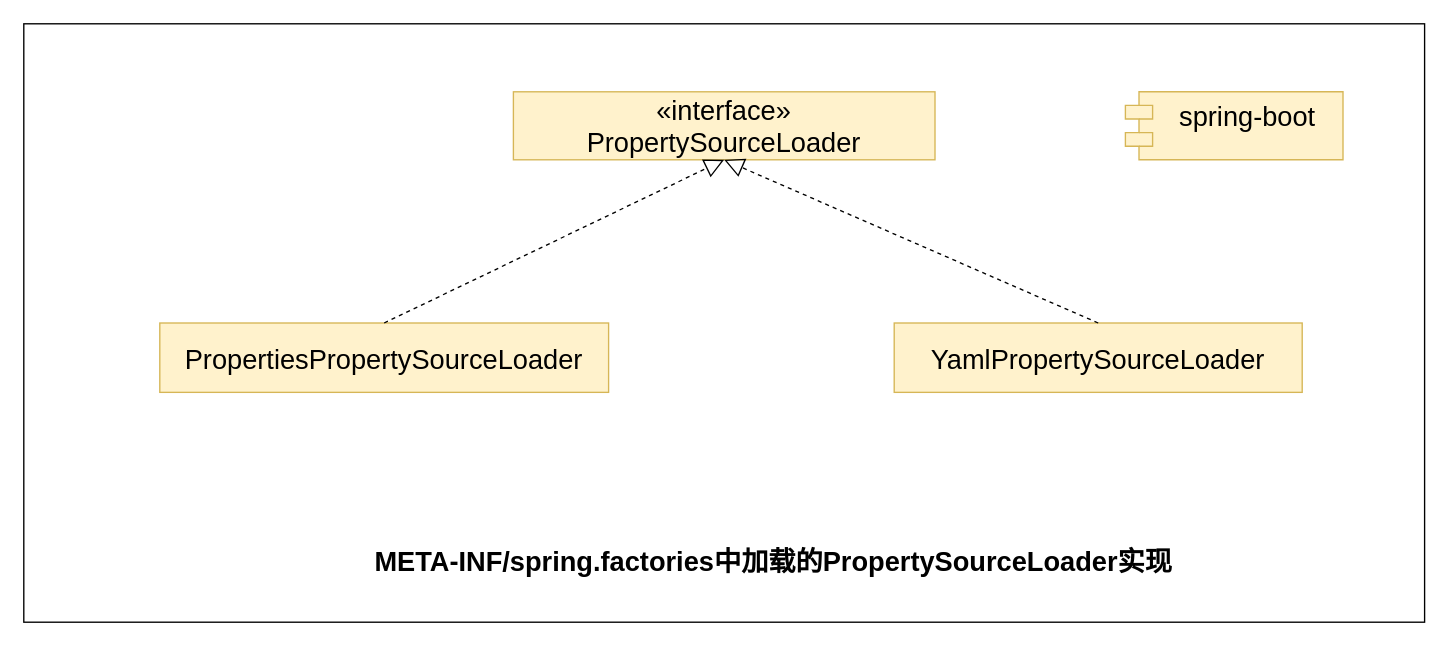
Before: dubbo-learning-doc/drawio/源码分析/1_SpringApplication_run方法/资源加载/8_META-INF_spring_factories_PropertySourceLoader_旧版配置加载机制.drawio in czwer/dubbo-learning, a draw.io diagram. Source tidied: cells renumbered, new cells numbered last; positions are measured from the earlier drawing's top-left corner, leaving out a move shared by most shapes. Both pictures are drawn from the tidied source at 136%, with x=0, y=0 at pixel (23, 23).
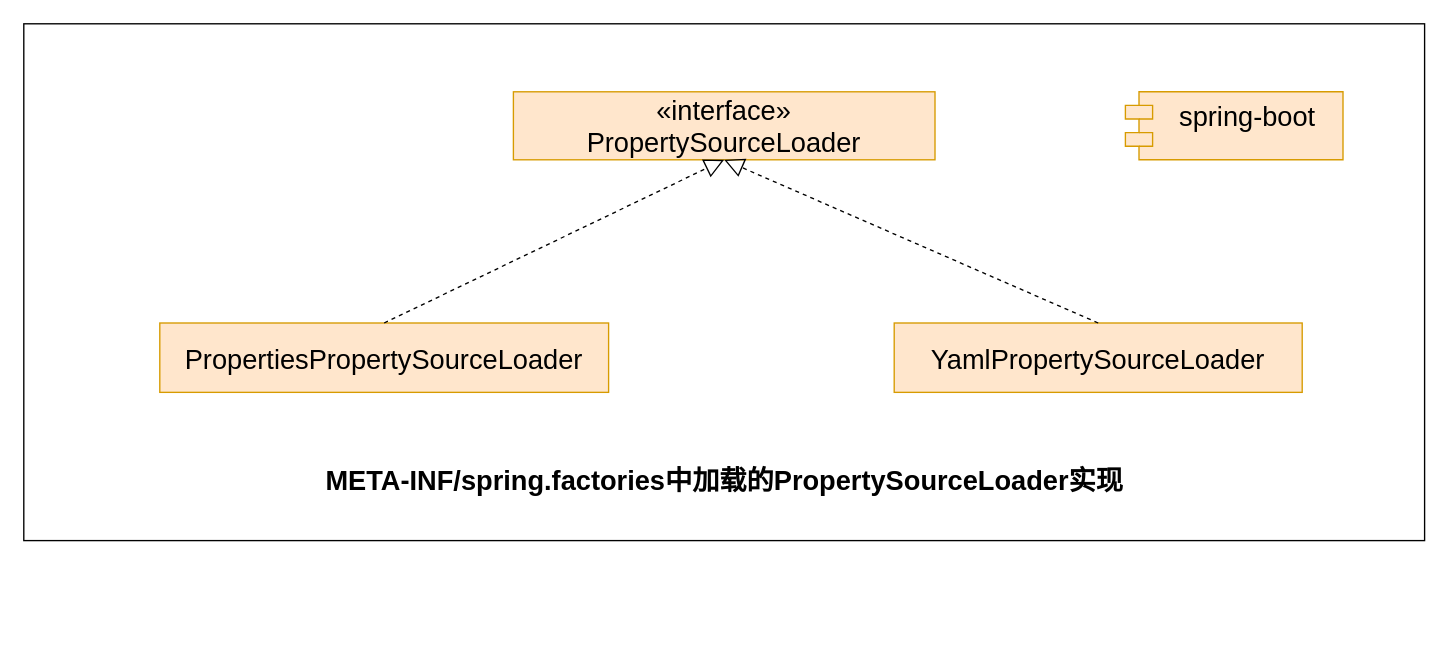
Above is the later version.

Change to the diagram source:
```diff
@@
 <mxGraphModel>
   <root>
     <mxCell id="0" />
     <mxCell id="1" parent="0" />
     <mxCell id="2" style="rounded=0;whiteSpace=wrap;html=1;" parent="1" vertex="1">
-      <mxGeometry width="1030" height="440" as="geometry" />
+      <mxGeometry width="1030" height="380" as="geometry" />
     </mxCell>
-    <mxCell id="3" value="&lt;div&gt;PropertiesPropertySourceLoader&lt;/div&gt;" style="html=1;whiteSpace=wrap;fontSize=20;verticalAlign=middle;align=center;fillColor=#fff2cc;strokeColor=#d6b656;" parent="1" vertex="1">
+    <mxCell id="3" value="&lt;div&gt;PropertiesPropertySourceLoader&lt;/div&gt;" style="html=1;whiteSpace=wrap;fontSize=20;verticalAlign=middle;align=center;fillColor=#ffe6cc;strokeColor=#d79b00;" parent="1" vertex="1">
       <mxGeometry x="100" y="220" width="330" height="51" as="geometry" />
     </mxCell>
-    <mxCell id="4" value="«interface»&lt;br&gt;PropertySourceLoader" style="html=1;whiteSpace=wrap;fontSize=20;fontStyle=0;fillColor=#fff2cc;strokeColor=#d6b656;" parent="1" vertex="1">
+    <mxCell id="4" value="«interface»&lt;br&gt;PropertySourceLoader" style="html=1;whiteSpace=wrap;fontSize=20;fontStyle=0;fillColor=#ffe6cc;strokeColor=#d79b00;" parent="1" vertex="1">
       <mxGeometry x="360" y="50" width="310" height="50" as="geometry" />
     </mxCell>
-    <mxCell id="5" value="spring-boot&lt;div&gt;&lt;div&gt;&lt;br&gt;&lt;/div&gt;&lt;/div&gt;" style="shape=module;align=left;spacingLeft=20;align=center;verticalAlign=top;whiteSpace=wrap;html=1;fontSize=20;fillColor=#fff2cc;strokeColor=#d6b656;" parent="1" vertex="1">
+    <mxCell id="5" value="spring-boot&lt;div&gt;&lt;div&gt;&lt;br&gt;&lt;/div&gt;&lt;/div&gt;" style="shape=module;align=left;spacingLeft=20;align=center;verticalAlign=top;whiteSpace=wrap;html=1;fontSize=20;fillColor=#ffe6cc;strokeColor=#d79b00;" parent="1" vertex="1">
       <mxGeometry x="810" y="50" width="160" height="50" as="geometry" />
     </mxCell>
     <mxCell id="6" style="endArrow=block;dashed=1;endFill=0;endSize=12;html=1;rounded=0;exitX=0.5;exitY=0;exitDx=0;exitDy=0;entryX=0.5;entryY=1;entryDx=0;entryDy=0;" parent="1" edge="1" source="3" target="4">
       <mxGeometry relative="1" as="geometry" />
     </mxCell>
-    <mxCell id="7" value="&lt;div&gt;YamlPropertySourceLoader&lt;/div&gt;" style="html=1;whiteSpace=wrap;fontSize=20;verticalAlign=middle;align=center;fillColor=#fff2cc;strokeColor=#d6b656;" parent="1" vertex="1">
+    <mxCell id="7" value="&lt;div&gt;YamlPropertySourceLoader&lt;/div&gt;" style="html=1;whiteSpace=wrap;fontSize=20;verticalAlign=middle;align=center;fillColor=#ffe6cc;strokeColor=#d79b00;" parent="1" vertex="1">
       <mxGeometry x="640" y="220" width="300" height="51" as="geometry" />
     </mxCell>
     <mxCell id="8" style="endArrow=block;dashed=1;endFill=0;endSize=12;html=1;rounded=0;exitX=0.5;exitY=0;exitDx=0;exitDy=0;entryX=0.5;entryY=1;entryDx=0;entryDy=0;" parent="1" edge="1" source="7" target="4">
       <mxGeometry relative="1" as="geometry" />
     </mxCell>
     <mxCell id="9" value="META-INF/spring.factories中加载的PropertySourceLoader实现" style="text;html=1;align=center;verticalAlign=middle;whiteSpace=wrap;rounded=0;fontSize=20;fontStyle=1;" parent="1" vertex="1">
-      <mxGeometry x="180" y="380" width="742.5" height="30" as="geometry" />
+      <mxGeometry x="143.8" y="320" width="742.5" height="30" as="geometry" />
     </mxCell>
   </root>
 </mxGraphModel>
```
